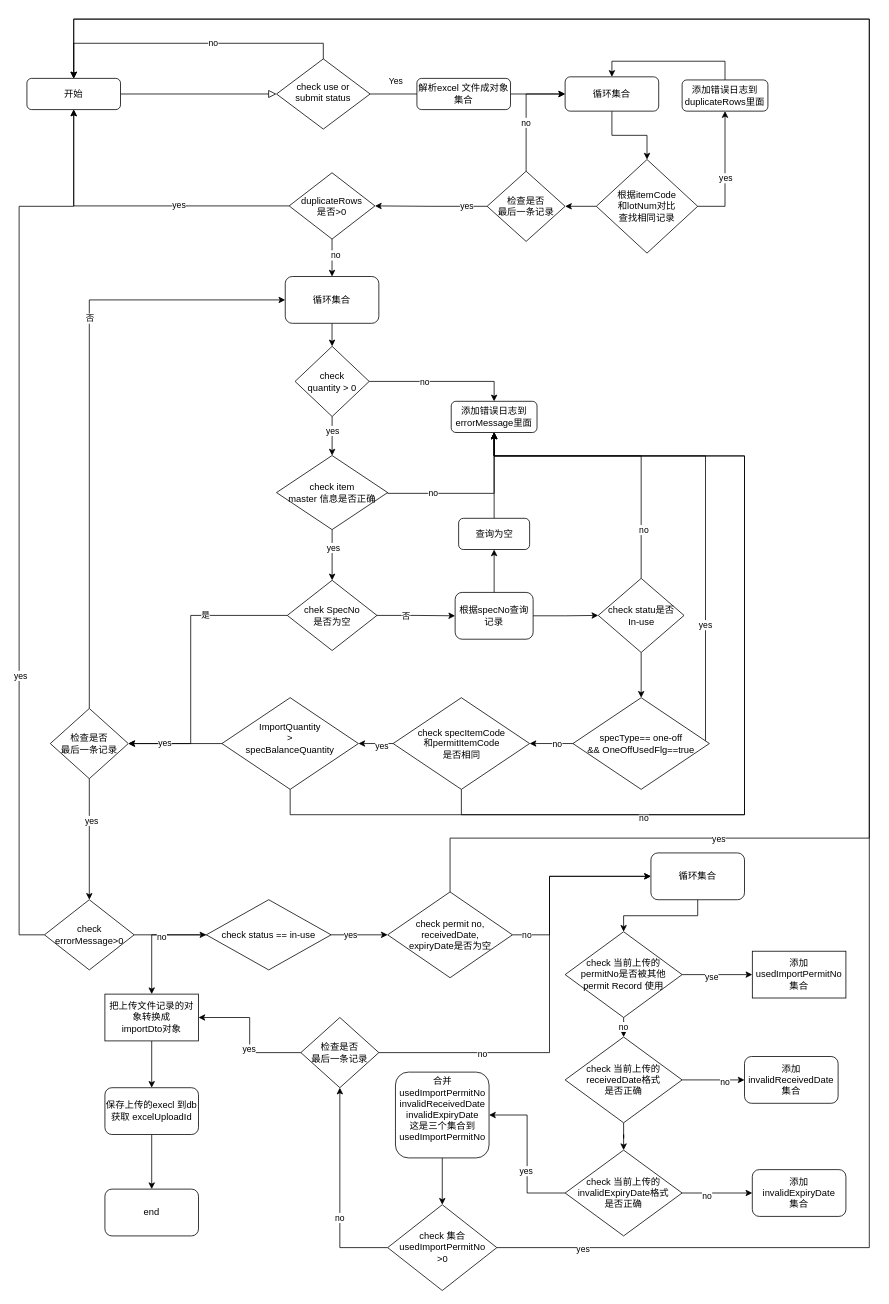
This is permit-append-check.drawio from 1119132473/doc, a draw.io file, before an edit. Source tidied: cells renumbered, new cells numbered last; positions are measured from the earlier drawing's top-left corner, leaving out a move shared by most shapes. Both pictures are drawn from the tidied source at 78%, with x=0, y=0 at pixel (19, 19).
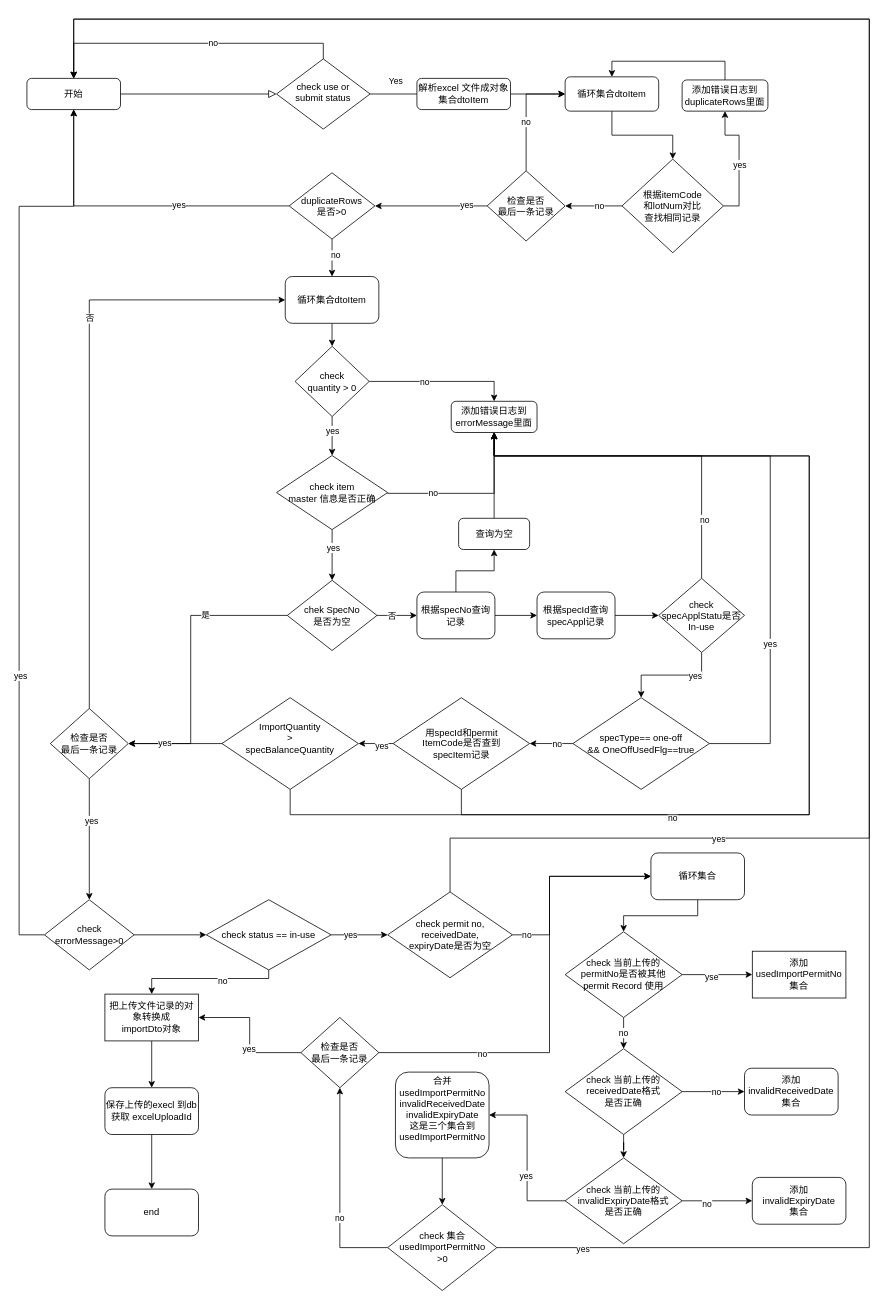
The same page after the edit.

Unchanged cells that the change refers to:
```xml
<mxCell id="14" style="edgeStyle=orthogonalEdgeStyle;rounded=0;jettySize=auto;html=1;" parent="1" edge="1" source="15" target="22">
  <mxGeometry relative="1" as="geometry" />
</mxCell>
<mxCell id="38" value="添加错误日志到errorMessage里面" style="rounded=1;whiteSpace=wrap;html=1;" parent="1" vertex="1">
  <mxGeometry x="554" y="490" width="110" height="40" as="geometry" />
</mxCell>
<mxCell id="51" style="edgeStyle=orthogonalEdgeStyle;rounded=0;jettySize=auto;html=1;" parent="1" edge="1" source="52" target="59">
  <mxGeometry relative="1" as="geometry" />
</mxCell>
<mxCell id="59" value="&lt;div&gt;specType== one-off&lt;/div&gt;&lt;div&gt;&amp;amp;&amp;amp; OneOffUsedFlg==true&lt;/div&gt;" style="rhombus;whiteSpace=wrap;html=1;" parent="1" vertex="1">
  <mxGeometry x="710" y="870" width="175" height="117.5" as="geometry" />
</mxCell>
<mxCell id="68" value="&lt;div&gt;ImportQuantity&lt;/div&gt;&lt;div&gt;&amp;gt;&lt;br&gt;&lt;/div&gt;&lt;div&gt;specBalanceQuantity&lt;/div&gt;&lt;div&gt;&lt;br&gt;&lt;/div&gt;" style="rhombus;whiteSpace=wrap;html=1;" parent="1" vertex="1">
  <mxGeometry x="260" y="870" width="175" height="117.5" as="geometry" />
</mxCell>
<mxCell id="82" value="check status == in-use" style="rhombus;whiteSpace=wrap;html=1;" parent="1" vertex="1">
  <mxGeometry x="240" y="1129" width="160" height="90" as="geometry" />
</mxCell>
<mxCell id="84" value="&lt;div&gt;把上传文件记录的对象转换成&lt;/div&gt;&lt;div&gt;importDto对象&lt;br&gt;&lt;/div&gt;" style="whiteSpace=wrap;html=1;" parent="1" vertex="1">
  <mxGeometry x="110" y="1250" width="120" height="60" as="geometry" />
</mxCell>
<mxCell id="97" style="edgeStyle=orthogonalEdgeStyle;rounded=0;jettySize=auto;html=1;" parent="1" edge="1" source="100" target="101">
  <mxGeometry relative="1" as="geometry" />
</mxCell>
```

What changed in the source:
```diff
@@
-    <mxCell id="9" value="解析excel 文件成对象集合" style="rounded=1;whiteSpace=wrap;html=1;fontSize=12;glass=0;strokeWidth=1;shadow=0;" parent="1" vertex="1">
+    <mxCell id="9" value="解析excel 文件成对象集合dtoItem" style="rounded=1;whiteSpace=wrap;html=1;fontSize=12;glass=0;strokeWidth=1;shadow=0;" parent="1" vertex="1">
       <mxGeometry x="510" y="76" width="120" height="40" as="geometry" />
     </mxCell>
@@
-    <mxCell id="11" value="循环集合" style="whiteSpace=wrap;html=1;rounded=1;glass=0;strokeWidth=1;shadow=0;" parent="1" vertex="1">
+    <mxCell id="11" value="循环集合dtoItem" style="whiteSpace=wrap;html=1;rounded=1;glass=0;strokeWidth=1;shadow=0;" parent="1" vertex="1">
       <mxGeometry x="700" y="74" width="120" height="44" as="geometry" />
     </mxCell>
@@
+    <mxCell id="123" value="no" style="edgeLabel;html=1;align=center;verticalAlign=middle;" parent="14" vertex="1">
+      <mxGeometry x="-0.69" y="4" relative="1" as="geometry">
+        <mxPoint x="-19" y="-4" as="offset" />
+      </mxGeometry>
+    </mxCell>
     <mxCell id="15" value="&lt;div&gt;根据itemCode&lt;/div&gt;&lt;div&gt;和lotNum对比&lt;/div&gt;&lt;div&gt;查找相同记录&lt;/div&gt;" style="rhombus;whiteSpace=wrap;html=1;" parent="1" vertex="1">
-      <mxGeometry x="740" y="180" width="130" height="120" as="geometry" />
+      <mxGeometry x="773" y="179.5" width="130" height="120" as="geometry" />
     </mxCell>
@@
-    <mxCell id="20" style="edgeStyle=orthogonalEdgeStyle;rounded=0;jettySize=auto;html=1;entryX=0;entryY=0.5;entryDx=0;entryDy=0;" parent="1" edge="1" source="22" target="11">
+    <mxCell id="20" style="edgeStyle=orthogonalEdgeStyle;rounded=0;jettySize=auto;html=1;entryX=0;entryY=0.5;entryDx=0;entryDy=0;exitX=0.5;exitY=0;exitDx=0;exitDy=0;" parent="1" edge="1" source="22" target="11">
       <mxGeometry relative="1" as="geometry" />
     </mxCell>
@@
     <mxCell id="22" value="&lt;div&gt;检查是否&lt;/div&gt;&lt;div&gt;最后一条记录&lt;br&gt;&lt;/div&gt;" style="rhombus;whiteSpace=wrap;html=1;" parent="1" vertex="1">
-      <mxGeometry x="600" y="195" width="100" height="90" as="geometry" />
+      <mxGeometry x="600" y="194.5" width="100" height="90" as="geometry" />
     </mxCell>
@@
-    <mxCell id="40" value="循环集合" style="rounded=1;whiteSpace=wrap;html=1;" parent="1" vertex="1">
+    <mxCell id="40" value="循环集合dtoItem" style="rounded=1;whiteSpace=wrap;html=1;" parent="1" vertex="1">
       <mxGeometry x="341.2" y="330" width="120" height="60" as="geometry" />
     </mxCell>
@@
-    <mxCell id="46" style="edgeStyle=orthogonalEdgeStyle;rounded=0;jettySize=auto;html=1;entryX=0;entryY=0.5;entryDx=0;entryDy=0;" parent="1" edge="1" source="48" target="52">
+    <mxCell id="46" style="edgeStyle=orthogonalEdgeStyle;rounded=0;jettySize=auto;html=1;entryX=0;entryY=0.5;entryDx=0;entryDy=0;exitX=1;exitY=0.5;exitDx=0;exitDy=0;" parent="1" edge="1" source="126" target="52">
       <mxGeometry relative="1" as="geometry" />
     </mxCell>
@@
+    <mxCell id="124" style="edgeStyle=orthogonalEdgeStyle;rounded=0;jettySize=auto;html=1;exitX=1;exitY=0.5;exitDx=0;exitDy=0;entryX=0;entryY=0.5;entryDx=0;entryDy=0;" parent="1" edge="1" source="48" target="126">
+      <mxGeometry relative="1" as="geometry" />
+    </mxCell>
     <mxCell id="48" value="根据specNo查询记录" style="rounded=1;whiteSpace=wrap;html=1;" parent="1" vertex="1">
-      <mxGeometry x="559" y="735" width="100" height="60" as="geometry" />
+      <mxGeometry x="510" y="734.5" width="100" height="60" as="geometry" />
     </mxCell>
     <mxCell id="49" style="edgeStyle=orthogonalEdgeStyle;rounded=0;jettySize=auto;html=1;entryX=0.5;entryY=1;entryDx=0;entryDy=0;exitX=0.5;exitY=0;exitDx=0;exitDy=0;" parent="1" edge="1" source="52" target="38">
       <mxGeometry relative="1" as="geometry">
         <Array as="points">
-          <mxPoint x="798" y="560" />
+          <mxPoint x="875" y="560" />
           <mxPoint x="609" y="560" />
         </Array>
       </mxGeometry>
     </mxCell>
@@
+    <mxCell id="125" value="yes" style="edgeLabel;html=1;align=center;verticalAlign=middle;" parent="51" vertex="1">
+      <mxGeometry x="-0.44" y="1" relative="1" as="geometry" />
+    </mxCell>
-    <mxCell id="52" value="&lt;div&gt;check statu是否&lt;/div&gt;&lt;div&gt;In-use&lt;br&gt;&lt;/div&gt;" style="rhombus;whiteSpace=wrap;html=1;" parent="1" vertex="1">
-      <mxGeometry x="742.5" y="717" width="110" height="95" as="geometry" />
+    <mxCell id="52" value="&lt;div&gt;check specApplStatu是否&lt;/div&gt;&lt;div&gt;In-use&lt;br&gt;&lt;/div&gt;" style="rhombus;whiteSpace=wrap;html=1;" parent="1" vertex="1">
+      <mxGeometry x="820" y="717" width="110" height="95" as="geometry" />
     </mxCell>
@@
     <mxCell id="55" style="edgeStyle=orthogonalEdgeStyle;rounded=0;jettySize=auto;html=1;entryX=0.5;entryY=1;entryDx=0;entryDy=0;" parent="1" edge="1" source="59" target="38">
       <mxGeometry relative="1" as="geometry">
         <Array as="points">
-          <mxPoint x="880" y="929" />
-          <mxPoint x="880" y="560" />
+          <mxPoint x="963" y="929" />
+          <mxPoint x="963" y="560" />
           <mxPoint x="609" y="560" />
         </Array>
       </mxGeometry>
     </mxCell>
@@
     <mxCell id="60" style="edgeStyle=orthogonalEdgeStyle;rounded=0;jettySize=auto;html=1;entryX=0.5;entryY=1;entryDx=0;entryDy=0;exitX=0.5;exitY=1;exitDx=0;exitDy=0;" parent="1" edge="1" source="64" target="38">
       <mxGeometry relative="1" as="geometry">
         <Array as="points">
           <mxPoint x="567" y="1020" />
-          <mxPoint x="930" y="1020" />
-          <mxPoint x="930" y="560" />
+          <mxPoint x="1013" y="1020" />
+          <mxPoint x="1013" y="560" />
           <mxPoint x="609" y="560" />
         </Array>
       </mxGeometry>
     </mxCell>
@@
-    <mxCell id="64" value="&lt;div&gt;check specItemCode&lt;/div&gt;&lt;div&gt;和permitItemCode&lt;/div&gt;&lt;div&gt;是否相同&lt;br&gt;&lt;/div&gt;" style="rhombus;whiteSpace=wrap;html=1;" parent="1" vertex="1">
+    <mxCell id="64" value="&lt;div&gt;用specId和permit&lt;/div&gt;&lt;div&gt;ItemCode是否查到&lt;/div&gt;&lt;div&gt;specItem记录&lt;br&gt;&lt;/div&gt;" style="rhombus;whiteSpace=wrap;html=1;" parent="1" vertex="1">
       <mxGeometry x="479.5" y="870" width="175" height="117.5" as="geometry" />
     </mxCell>
     <mxCell id="65" style="edgeStyle=orthogonalEdgeStyle;rounded=0;jettySize=auto;html=1;entryX=0.5;entryY=1;entryDx=0;entryDy=0;exitX=0.5;exitY=1;exitDx=0;exitDy=0;" parent="1" edge="1" source="68" target="38">
       <mxGeometry relative="1" as="geometry">
         <Array as="points">
           <mxPoint x="348" y="1020" />
-          <mxPoint x="930" y="1020" />
-          <mxPoint x="930" y="560" />
+          <mxPoint x="1013" y="1020" />
+          <mxPoint x="1013" y="560" />
           <mxPoint x="609" y="560" />
         </Array>
       </mxGeometry>
     </mxCell>
@@
-    <mxCell id="80" style="edgeStyle=orthogonalEdgeStyle;rounded=0;jettySize=auto;html=1;" parent="1" edge="1" source="82" target="84">
-      <mxGeometry relative="1" as="geometry" />
+    <mxCell id="80" style="edgeStyle=orthogonalEdgeStyle;rounded=0;jettySize=auto;html=1;exitX=0.5;exitY=1;exitDx=0;exitDy=0;" parent="1" edge="1" source="82" target="84">
+      <mxGeometry relative="1" as="geometry">
+        <Array as="points">
+          <mxPoint x="320" y="1230" />
+          <mxPoint x="170" y="1230" />
+        </Array>
+      </mxGeometry>
     </mxCell>
@@
     <mxCell id="98" value="no" style="edgeLabel;html=1;align=center;verticalAlign=middle;" parent="97" vertex="1">
       <mxGeometry x="0.2" y="-1" relative="1" as="geometry">
-        <mxPoint x="6" y="1" as="offset" />
+        <mxPoint x="-5" y="-1" as="offset" />
       </mxGeometry>
     </mxCell>
@@
     <mxCell id="100" value="&lt;div&gt;check 当前上传的&lt;/div&gt;&lt;div&gt;receivedDate格式&lt;/div&gt;&lt;div&gt;是否正确&lt;br&gt;&lt;/div&gt;" style="rhombus;whiteSpace=wrap;html=1;" parent="1" vertex="1">
-      <mxGeometry x="700" y="1305" width="150" height="110" as="geometry" />
+      <mxGeometry x="700" y="1320" width="150" height="110" as="geometry" />
     </mxCell>
     <mxCell id="101" value="&lt;div&gt;添加&lt;/div&gt;&lt;div&gt;invalidReceivedDate&lt;/div&gt;&lt;div&gt;集合&lt;br&gt;&lt;/div&gt;" style="rounded=1;whiteSpace=wrap;html=1;" parent="1" vertex="1">
-      <mxGeometry x="930" y="1330" width="120" height="60" as="geometry" />
+      <mxGeometry x="930" y="1345" width="120" height="60" as="geometry" />
     </mxCell>
@@
     <mxCell id="106" value="&lt;div&gt;check 当前上传的&lt;/div&gt;&lt;div&gt;invalidExpiryDate格式&lt;/div&gt;&lt;div&gt;是否正确&lt;br&gt;&lt;/div&gt;" style="rhombus;whiteSpace=wrap;html=1;" parent="1" vertex="1">
-      <mxGeometry x="700" y="1450" width="150" height="110" as="geometry" />
+      <mxGeometry x="700" y="1460" width="150" height="110" as="geometry" />
     </mxCell>
     <mxCell id="107" value="&lt;div&gt;添加&lt;/div&gt;&lt;div&gt;invalidExpiryDate&lt;/div&gt;&lt;div&gt;集合&lt;br&gt;&lt;/div&gt;" style="rounded=1;whiteSpace=wrap;html=1;" parent="1" vertex="1">
-      <mxGeometry x="940" y="1475" width="120" height="60" as="geometry" />
+      <mxGeometry x="940" y="1485" width="120" height="60" as="geometry" />
     </mxCell>
@@
+    <mxCell id="126" value="根据specId查询specAppl记录" style="rounded=1;whiteSpace=wrap;html=1;" parent="1" vertex="1">
+      <mxGeometry x="664" y="734.5" width="100" height="60" as="geometry" />
+    </mxCell>
```
